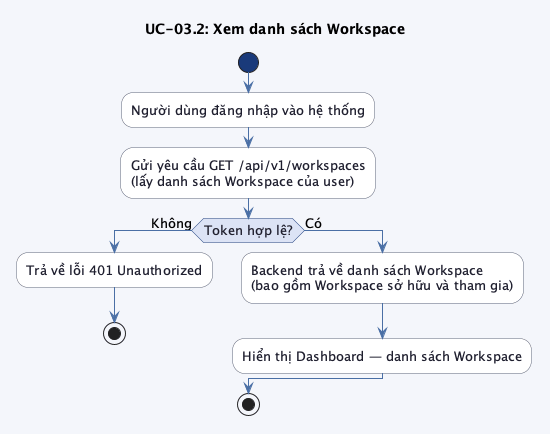
trongnhan34vn/trello-report keeps this PlantUML diagram as src/images/chap3/activity_uc03_2.png. Above is the earlier version. Source of this version:
```plantuml
@startuml activity_uc03_2

skinparam linetype ortho
skinparam defaultFontSize 13
skinparam backgroundColor #f4f6fb
skinparam activity {
    BackgroundColor #ffffff
    BorderColor #5b6279
    FontColor #1e1e2e
    ArrowColor #4a6fa5
    DiamondBackgroundColor #dce3f5
    DiamondBorderColor #1a3a7a
    DiamondFontColor #1e1e2e
    StartColor #1a3a7a
    EndColor #1a3a7a
}

title UC-03.2: Xem danh sách Workspace

start

:Người dùng đăng nhập vào hệ thống;
:Gửi yêu cầu GET /api/v1/workspaces\n(lấy danh sách Workspace của user);

if (Token hợp lệ?) then (Không)
    :Trả về lỗi 401 Unauthorized;
    stop
else (Có)
    :Backend trả về danh sách Workspace\n(bao gồm Workspace sở hữu và tham gia);
    :Hiển thị Dashboard — danh sách Workspace;
endif

stop

@enduml
```
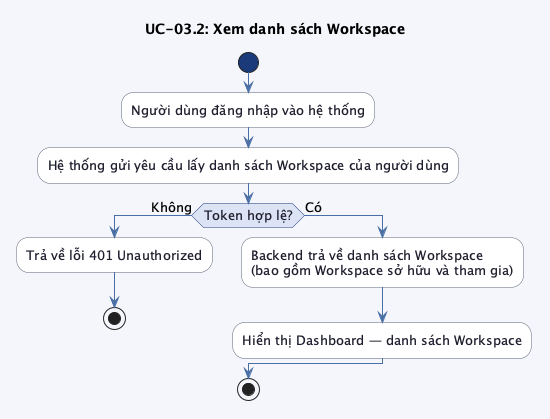
The same diagram one commit later.

The edit, as a diff of the source:
```diff
@@ -20,7 +20,7 @@
 start
 
 :Người dùng đăng nhập vào hệ thống;
-:Gửi yêu cầu GET /api/v1/workspaces\n(lấy danh sách Workspace của user);
+:Hệ thống gửi yêu cầu lấy danh sách Workspace của người dùng;
 
 if (Token hợp lệ?) then (Không)
     :Trả về lỗi 401 Unauthorized;
```
